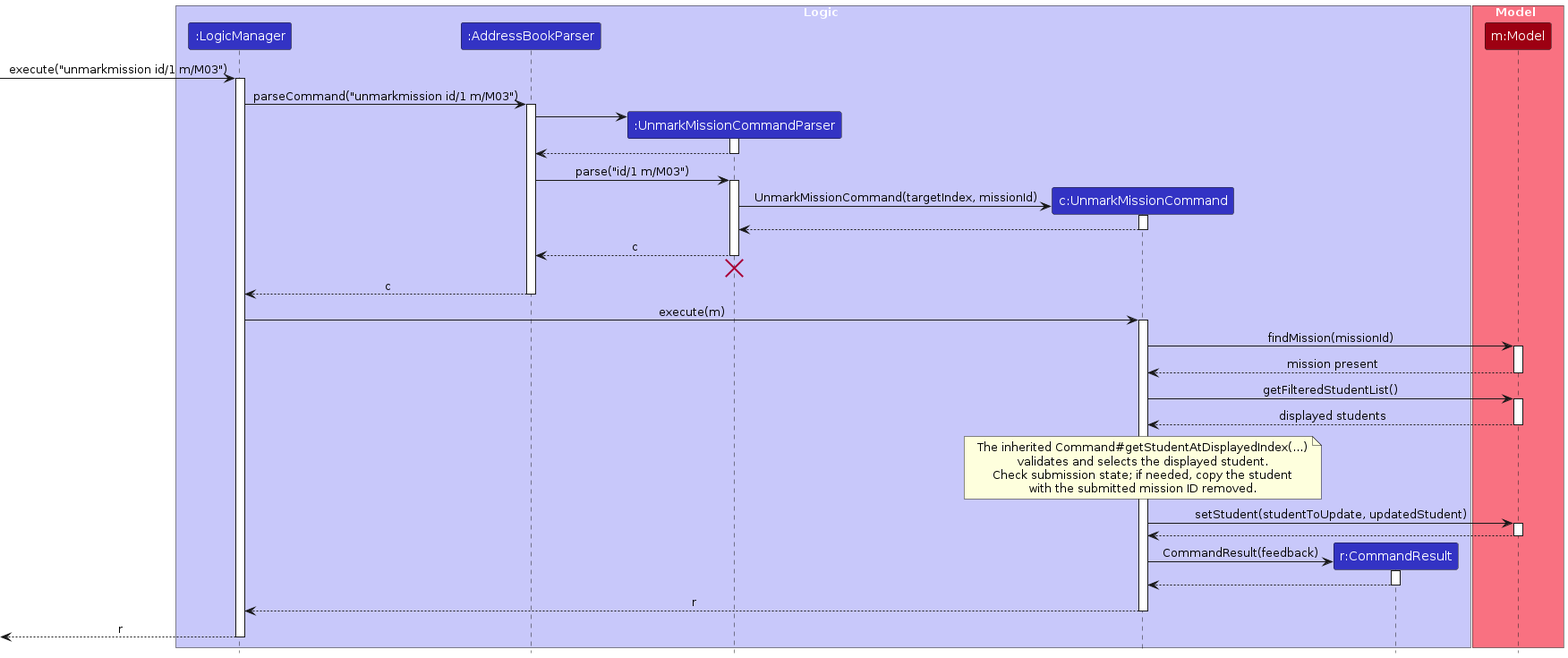
Above: diagrams/UnmarkMissionSubmissionSequenceDiagram.png in AY2627S1-CS2103T-F14a-1/tp (PlantUML), before the change. Its source is kept beside it as diagrams/UnmarkMissionSubmissionSequenceDiagram.puml.
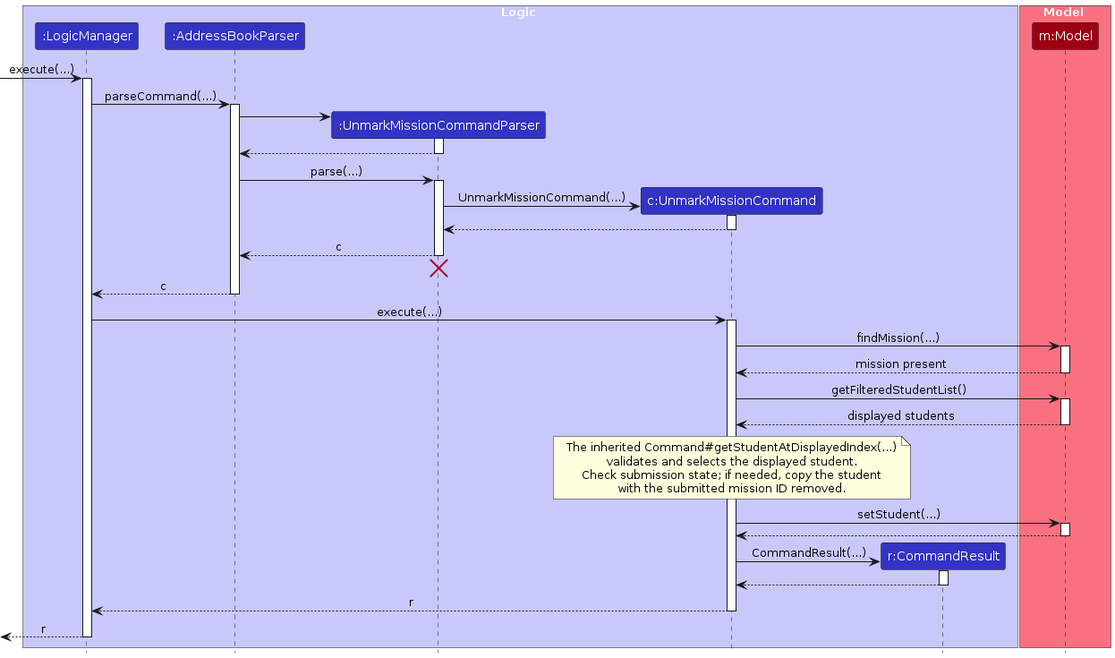
The same file after the commit.

Change to the diagram source:
```diff
@@ -11,19 +11,19 @@
 box Model MODEL_COLOR_T1
 participant "m:Model" as M MODEL_COLOR
 end box
-[-> L : execute("unmarkmission id/1 m/M03")
+[-> L : execute(...)
 activate L
-L -> A : parseCommand("unmarkmission id/1 m/M03")
+L -> A : parseCommand(...)
 activate A
 create P
 A -> P
 activate P
 P --> A
 deactivate P
-A -> P : parse("id/1 m/M03")
+A -> P : parse(...)
 activate P
 create C
-P -> C : UnmarkMissionCommand(targetIndex, missionId)
+P -> C : UnmarkMissionCommand(...)
 activate C
 C --> P
 deactivate C
@@ -33,9 +33,9 @@
 destroy P
 A --> L : c
 deactivate A
-L -> C : execute(m)
+L -> C : execute(...)
 activate C
-C -> M : findMission(missionId)
+C -> M : findMission(...)
 activate M
 M --> C : mission present
 deactivate M
@@ -49,12 +49,12 @@
   Check submission state; if needed, copy the student
   with the submitted mission ID removed.
 end note
-C -> M : setStudent(studentToUpdate, updatedStudent)
+C -> M : setStudent(...)
 activate M
 M --> C
 deactivate M
 create R
-C -> R : CommandResult(feedback)
+C -> R : CommandResult(...)
 activate R
 R --> C
 deactivate R
```
